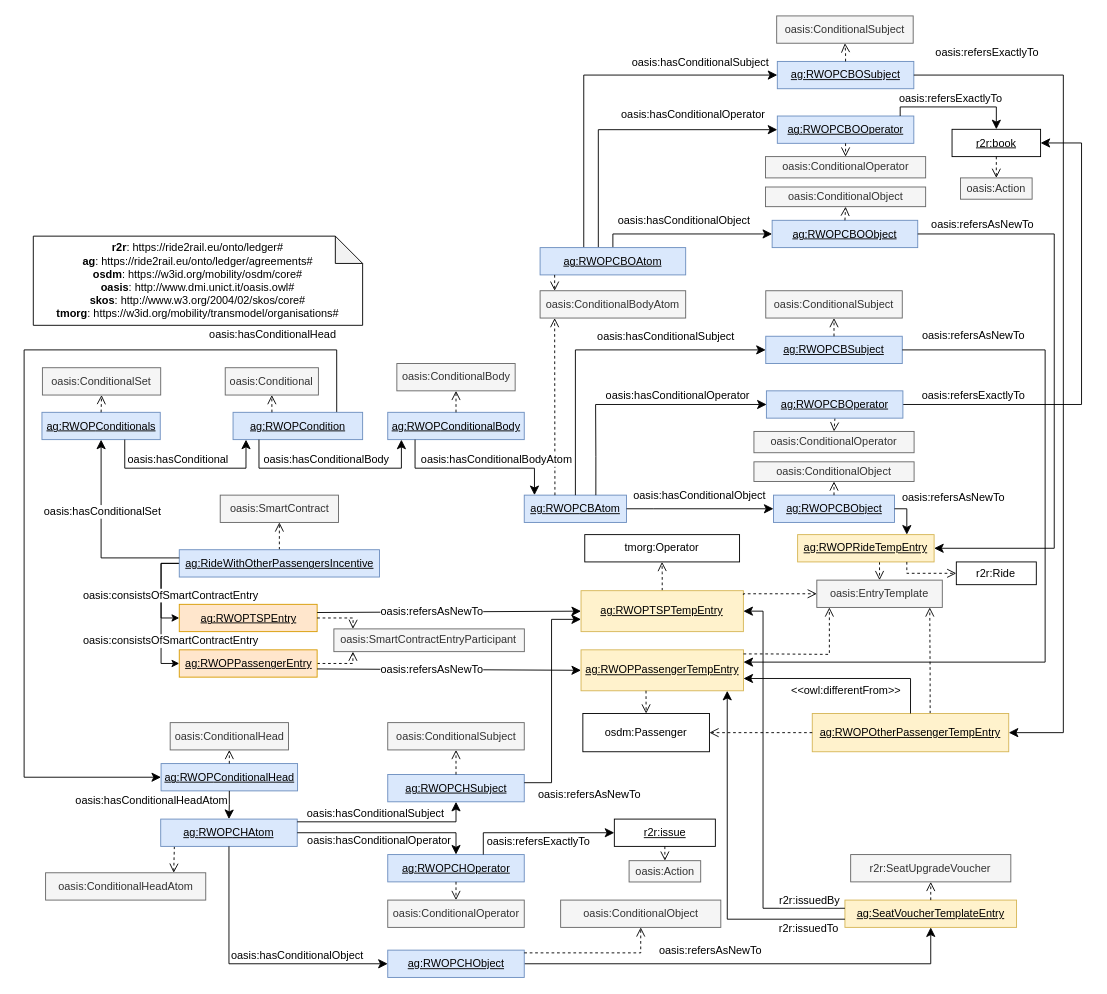
This is agreements/rwop-incentive.drawio.xml from Ride2Rail/agreement-ledger-ontology, a draw.io file, before an edit. Source tidied: cells renumbered, new cells numbered last; positions are measured from the earlier drawing's top-left corner, leaving out a move shared by most shapes. Both pictures are drawn from the tidied source at 91%, with x=0, y=0 at pixel (24, 15).
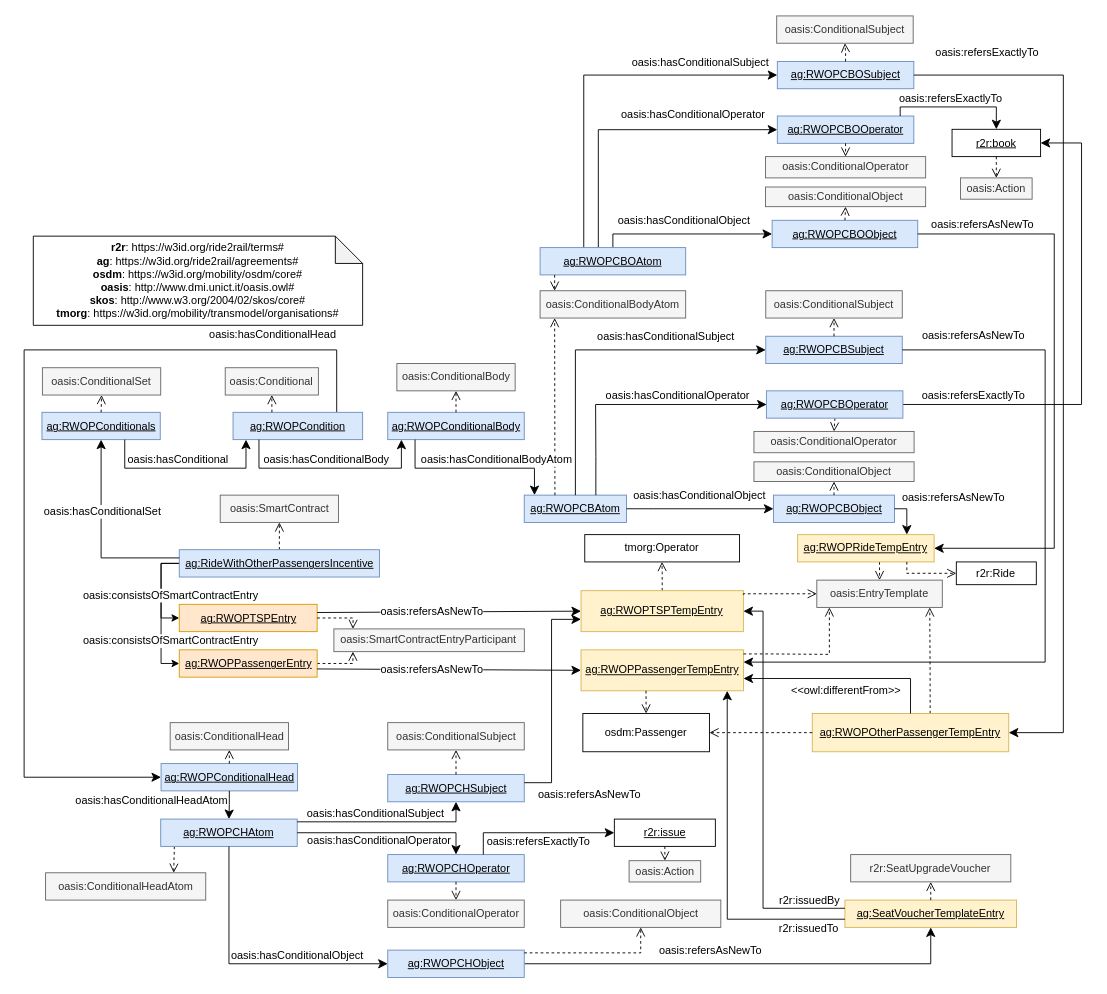
The same diagram, later.

The edit, as a diff of the source:
```diff
@@
-    <mxCell id="7" value="&lt;div&gt;&lt;b&gt;r2r&lt;/b&gt;: https://ride2rail.eu/onto/ledger#&lt;br&gt;&lt;b&gt;ag&lt;/b&gt;: https://ride2rail.eu/onto/ledger/agreements#&lt;br&gt;&lt;/div&gt;&lt;div&gt;&lt;b&gt;osdm&lt;/b&gt;: https://w3id.org/mobility/osdm/core#&lt;br&gt;&lt;/div&gt;&lt;div&gt;&lt;b&gt;oasis&lt;/b&gt;:&amp;nbsp;http://www.dmi.unict.it/oasis.owl#&lt;br&gt;&lt;b&gt;skos&lt;/b&gt;: http://www.w3.org/2004/02/skos/core#&lt;br&gt;&lt;/div&gt;&lt;div&gt;&lt;b&gt;tmorg&lt;/b&gt;: https://w3id.org/mobility/transmodel/organisations#&lt;/div&gt;" style="shape=note;whiteSpace=wrap;html=1;backgroundOutline=1;darkOpacity=0.05;" parent="1" vertex="1">
+    <mxCell id="7" value="&lt;div&gt;&lt;b&gt;r2r&lt;/b&gt;: https://w3id.org/ride2rail/terms#&lt;br&gt;&lt;b&gt;ag&lt;/b&gt;: https://w3id.org/ride2rail/agreements#&lt;br&gt;&lt;/div&gt;&lt;div&gt;&lt;b&gt;osdm&lt;/b&gt;: https://w3id.org/mobility/osdm/core#&lt;br&gt;&lt;/div&gt;&lt;div&gt;&lt;b&gt;oasis&lt;/b&gt;:&amp;nbsp;http://www.dmi.unict.it/oasis.owl#&lt;br&gt;&lt;b&gt;skos&lt;/b&gt;: http://www.w3.org/2004/02/skos/core#&lt;br&gt;&lt;/div&gt;&lt;div&gt;&lt;b&gt;tmorg&lt;/b&gt;: https://w3id.org/mobility/transmodel/organisations#&lt;/div&gt;" style="shape=note;whiteSpace=wrap;html=1;backgroundOutline=1;darkOpacity=0.05;" parent="1" vertex="1">
       <mxGeometry x="10.1" y="242" width="361.9" height="98" as="geometry" />
     </mxCell>
```
